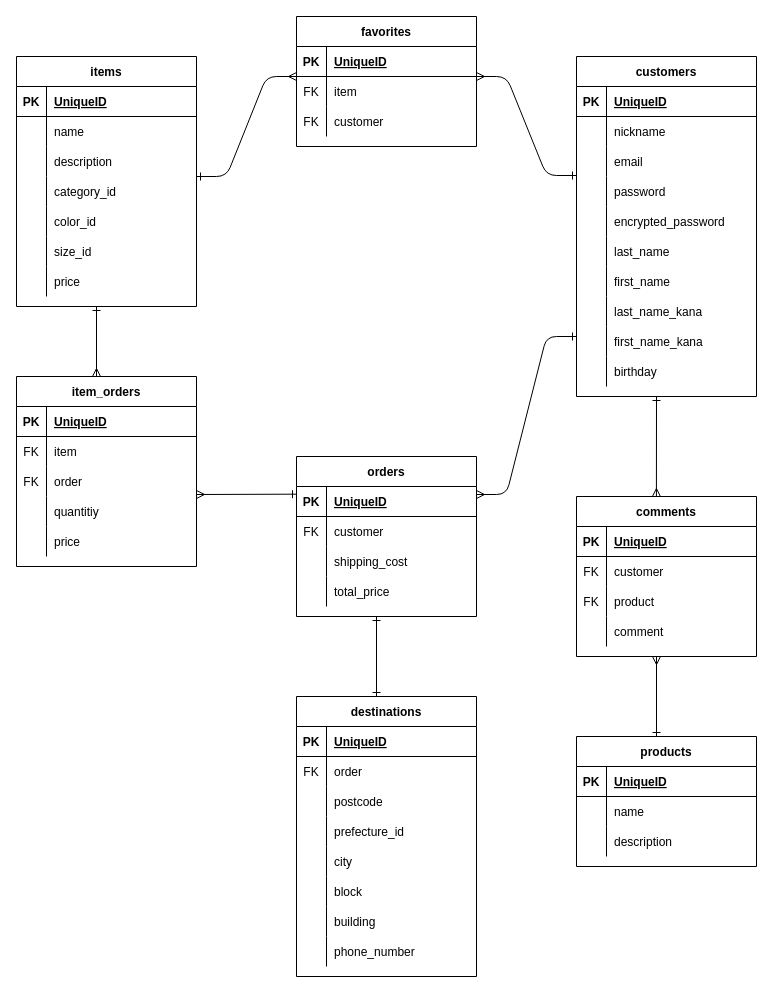
Before: mybrand.dio in jtghjt/mybrand, a draw.io diagram. Source tidied: cells renumbered, new cells numbered last; positions are measured from the earlier drawing's top-left corner, leaving out a move shared by most shapes. Both pictures are drawn from the tidied source at 100%, with x=0, y=0 at pixel (16, 16).
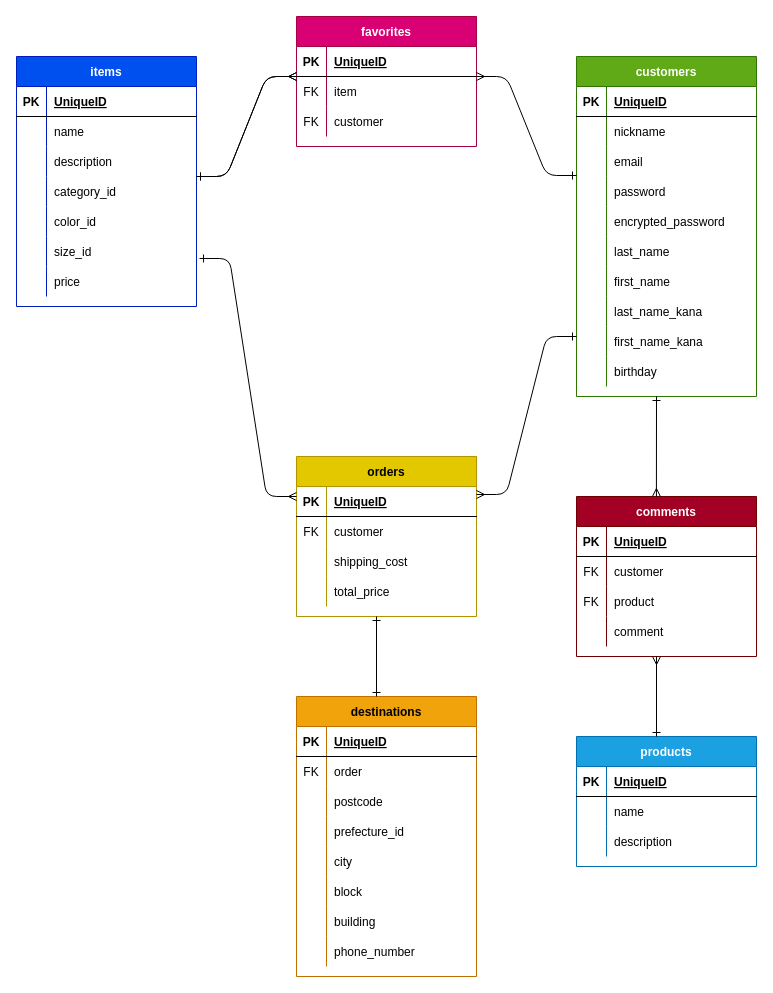
The same page after the edit.

The change refers to these unchanged cells:
```xml
<mxCell id="51" style="shape=partialRectangle;fillColor=none;top=0;left=0;bottom=0;right=0;points=[[0,0.5],[1,0.5]];portConstraint=eastwest;" parent="35" vertex="1">
  <mxGeometry y="180" width="180" height="30" as="geometry" />
</mxCell>
<mxCell id="74" style="shape=partialRectangle;fillColor=none;top=0;left=0;bottom=1;right=0;points=[[0,0.5],[1,0.5]];portConstraint=eastwest;" parent="73" vertex="1">
  <mxGeometry y="30" width="180" height="30" as="geometry" />
</mxCell>
```

Change to the diagram source:
```diff
@@
-    <mxCell id="2" value="customers" style="shape=table;startSize=30;childLayout=tableLayout;rowLines=0;fontStyle=1;align=center;" parent="1" vertex="1">
+    <mxCell id="2" value="customers" style="shape=table;startSize=30;childLayout=tableLayout;rowLines=0;fontStyle=1;align=center;labelBackgroundColor=none;fillColor=#60a917;fontColor=#ffffff;strokeColor=#2D7600;" parent="1" vertex="1">
       <mxGeometry x="560" y="40" width="180" height="340" as="geometry" />
     </mxCell>
@@
-    <mxCell id="35" value="items" style="shape=table;startSize=30;childLayout=tableLayout;rowLines=0;fontStyle=1;align=center;" parent="1" vertex="1">
+    <mxCell id="35" value="items" style="shape=table;startSize=30;childLayout=tableLayout;rowLines=0;fontStyle=1;align=center;fillColor=#0050ef;fontColor=#ffffff;strokeColor=#001DBC;" parent="1" vertex="1">
       <mxGeometry y="40" width="180" height="250" as="geometry" />
     </mxCell>
@@
-    <mxCell id="57" value="item_orders" style="shape=table;startSize=30;childLayout=tableLayout;rowLines=0;fontStyle=1;align=center;" parent="1" vertex="1">
-      <mxGeometry y="360" width="180" height="190" as="geometry" />
-    </mxCell>
-    <mxCell id="58" style="shape=partialRectangle;fillColor=none;top=0;left=0;bottom=1;right=0;" parent="57" vertex="1">
-      <mxGeometry y="30" width="180" height="30" as="geometry" />
-    </mxCell>
-    <mxCell id="59" value="PK" style="shape=partialRectangle;fillColor=none;top=0;left=0;bottom=0;right=0;fontStyle=1;overflow=hidden;" parent="58" vertex="1">
-      <mxGeometry width="30" height="30" as="geometry" />
-    </mxCell>
-    <mxCell id="60" value="UniqueID" style="shape=partialRectangle;fillColor=none;top=0;left=0;bottom=0;right=0;align=left;spacingLeft=6;fontStyle=5;overflow=hidden;" parent="58" vertex="1">
-      <mxGeometry x="30" width="150" height="30" as="geometry" />
-    </mxCell>
-    <mxCell id="61" style="shape=partialRectangle;fillColor=none;top=0;left=0;bottom=0;right=0;" parent="57" vertex="1">
-      <mxGeometry y="60" width="180" height="30" as="geometry" />
-    </mxCell>
-    <mxCell id="62" value="FK" style="shape=partialRectangle;fillColor=none;top=0;left=0;bottom=0;right=0;overflow=hidden;" parent="61" vertex="1">
-      <mxGeometry width="30" height="30" as="geometry" />
-    </mxCell>
-    <mxCell id="63" value="item" style="shape=partialRectangle;fillColor=none;top=0;left=0;bottom=0;right=0;align=left;spacingLeft=6;overflow=hidden;" parent="61" vertex="1">
-      <mxGeometry x="30" width="150" height="30" as="geometry" />
-    </mxCell>
-    <mxCell id="64" style="shape=partialRectangle;fillColor=none;top=0;left=0;bottom=0;right=0;" parent="57" vertex="1">
-      <mxGeometry y="90" width="180" height="30" as="geometry" />
-    </mxCell>
-    <mxCell id="65" value="FK" style="shape=partialRectangle;fillColor=none;top=0;left=0;bottom=0;right=0;overflow=hidden;" parent="64" vertex="1">
-      <mxGeometry width="30" height="30" as="geometry" />
-    </mxCell>
-    <mxCell id="66" value="order" style="shape=partialRectangle;fillColor=none;top=0;left=0;bottom=0;right=0;align=left;spacingLeft=6;overflow=hidden;" parent="64" vertex="1">
-      <mxGeometry x="30" width="150" height="30" as="geometry" />
-    </mxCell>
-    <mxCell id="67" style="shape=partialRectangle;fillColor=none;top=0;left=0;bottom=0;right=0;" parent="57" vertex="1">
-      <mxGeometry y="120" width="180" height="30" as="geometry" />
-    </mxCell>
-    <mxCell id="68" style="shape=partialRectangle;fillColor=none;top=0;left=0;bottom=0;right=0;overflow=hidden;" parent="67" vertex="1">
-      <mxGeometry width="30" height="30" as="geometry" />
-    </mxCell>
-    <mxCell id="69" value="quantitiy" style="shape=partialRectangle;fillColor=none;top=0;left=0;bottom=0;right=0;align=left;spacingLeft=6;overflow=hidden;" parent="67" vertex="1">
-      <mxGeometry x="30" width="150" height="30" as="geometry" />
-    </mxCell>
-    <mxCell id="70" style="shape=partialRectangle;fillColor=none;top=0;left=0;bottom=0;right=0;" parent="57" vertex="1">
-      <mxGeometry y="150" width="180" height="30" as="geometry" />
-    </mxCell>
-    <mxCell id="71" style="shape=partialRectangle;fillColor=none;top=0;left=0;bottom=0;right=0;overflow=hidden;" parent="70" vertex="1">
-      <mxGeometry width="30" height="30" as="geometry" />
-    </mxCell>
-    <mxCell id="72" value="price" style="shape=partialRectangle;fillColor=none;top=0;left=0;bottom=0;right=0;align=left;spacingLeft=6;overflow=hidden;" parent="70" vertex="1">
-      <mxGeometry x="30" width="150" height="30" as="geometry" />
-    </mxCell>
-    <mxCell id="73" value="orders" style="shape=table;startSize=30;childLayout=tableLayout;rowLines=0;fontStyle=1;align=center;" parent="1" vertex="1">
+    <mxCell id="73" value="orders" style="shape=table;startSize=30;childLayout=tableLayout;rowLines=0;fontStyle=1;align=center;fillColor=#e3c800;fontColor=#000000;strokeColor=#B09500;" parent="1" vertex="1">
       <mxGeometry x="280" y="440" width="180" height="160" as="geometry" />
     </mxCell>
@@
-    <mxCell id="86" value="destinations" style="shape=table;startSize=30;childLayout=tableLayout;rowLines=0;fontStyle=1;align=center;" parent="1" vertex="1">
+    <mxCell id="86" value="destinations" style="shape=table;startSize=30;childLayout=tableLayout;rowLines=0;fontStyle=1;align=center;fillColor=#f0a30a;fontColor=#000000;strokeColor=#BD7000;" parent="1" vertex="1">
       <mxGeometry x="280" y="680" width="180" height="280" as="geometry" />
     </mxCell>
@@
-    <mxCell id="111" value="products" style="shape=table;startSize=30;childLayout=tableLayout;rowLines=0;fontStyle=1;align=center;" parent="1" vertex="1">
+    <mxCell id="111" value="products" style="shape=table;startSize=30;childLayout=tableLayout;rowLines=0;fontStyle=1;align=center;fillColor=#1ba1e2;fontColor=#ffffff;strokeColor=#006EAF;" parent="1" vertex="1">
       <mxGeometry x="560" y="720" width="180" height="130" as="geometry" />
     </mxCell>
@@
-    <mxCell id="121" value="comments" style="shape=table;startSize=30;childLayout=tableLayout;rowLines=0;fontStyle=1;align=center;" parent="1" vertex="1">
+    <mxCell id="121" value="comments" style="shape=table;startSize=30;childLayout=tableLayout;rowLines=0;fontStyle=1;align=center;fillColor=#a20025;fontColor=#ffffff;strokeColor=#6F0000;" parent="1" vertex="1">
       <mxGeometry x="560" y="480" width="180" height="160" as="geometry" />
     </mxCell>
@@
-    <mxCell id="134" value="favorites" style="shape=table;startSize=30;childLayout=tableLayout;rowLines=0;fontStyle=1;align=center;" parent="1" vertex="1">
+    <mxCell id="134" value="favorites" style="shape=table;startSize=30;childLayout=tableLayout;rowLines=0;fontStyle=1;align=center;fillColor=#d80073;fontColor=#ffffff;strokeColor=#A50040;" parent="1" vertex="1">
       <mxGeometry x="280" width="180" height="130" as="geometry" />
     </mxCell>
@@
-    <mxCell id="146" style="endArrow=ERmany;html=1;rounded=0;startArrow=ERone;startFill=0;endFill=0;" parent="1" edge="1">
-      <mxGeometry relative="1" as="geometry">
-        <mxPoint x="80" y="290" as="sourcePoint" />
-        <mxPoint x="80" y="360" as="targetPoint" />
-      </mxGeometry>
-    </mxCell>
-    <mxCell id="147" style="endArrow=ERone;html=1;rounded=0;entryX=0;entryY=0.256;entryDx=0;entryDy=0;entryPerimeter=0;startArrow=ERmany;startFill=0;endFill=0;" parent="1" edge="1" target="74">
-      <mxGeometry relative="1" as="geometry">
-        <mxPoint x="180" y="478" as="sourcePoint" />
-      </mxGeometry>
-    </mxCell>
@@
+    <mxCell id="152" style="edgeStyle=entityRelationEdgeStyle;fontSize=12;html=1;endArrow=ERmany;startArrow=ERone;startFill=0;" parent="1" edge="1">
+      <mxGeometry relative="1" as="geometry">
+        <mxPoint x="180" y="160" as="sourcePoint" />
+        <mxPoint x="280" y="60" as="targetPoint" />
+      </mxGeometry>
+    </mxCell>
+    <mxCell id="153" style="edgeStyle=entityRelationEdgeStyle;fontSize=12;html=1;endArrow=ERmany;startArrow=ERone;startFill=0;exitX=1.017;exitY=0.733;exitDx=0;exitDy=0;exitPerimeter=0;entryX=0;entryY=0.25;entryDx=0;entryDy=0;" parent="1" edge="1" source="51" target="73">
+      <mxGeometry relative="1" as="geometry" />
+    </mxCell>
```
